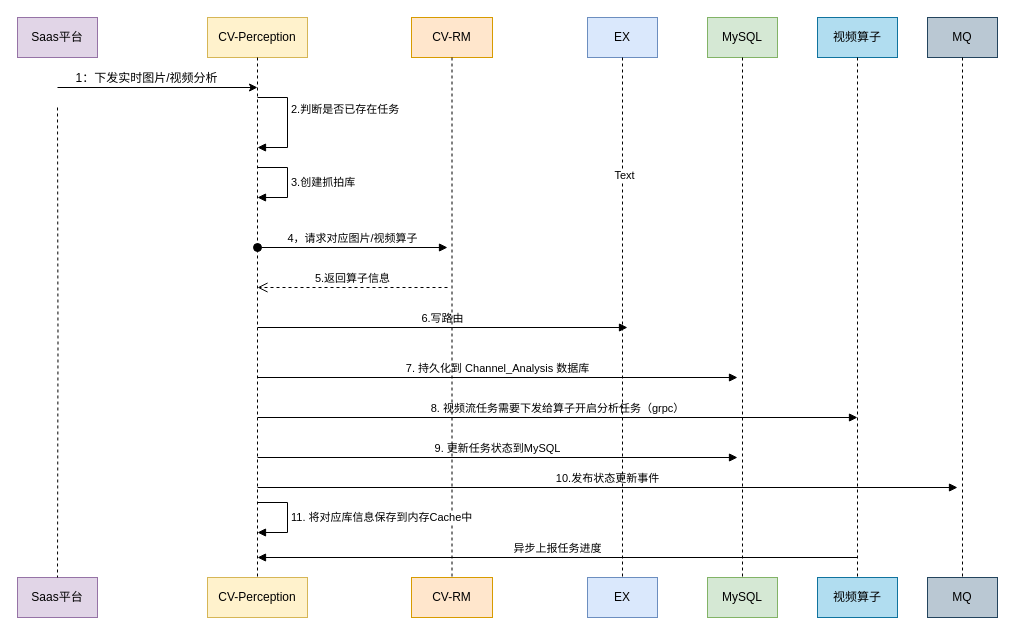
hao14293/drawio keeps this draw.io diagram as 通道分析/添加人脸分析-时序图.drawio. Above is the earlier version. Source tidied: cells renumbered, new cells numbered last; positions are measured from the earlier drawing's top-left corner, leaving out a move shared by most shapes. Both pictures are drawn from the tidied source at 100%, with x=0, y=0 at pixel (17, 17).
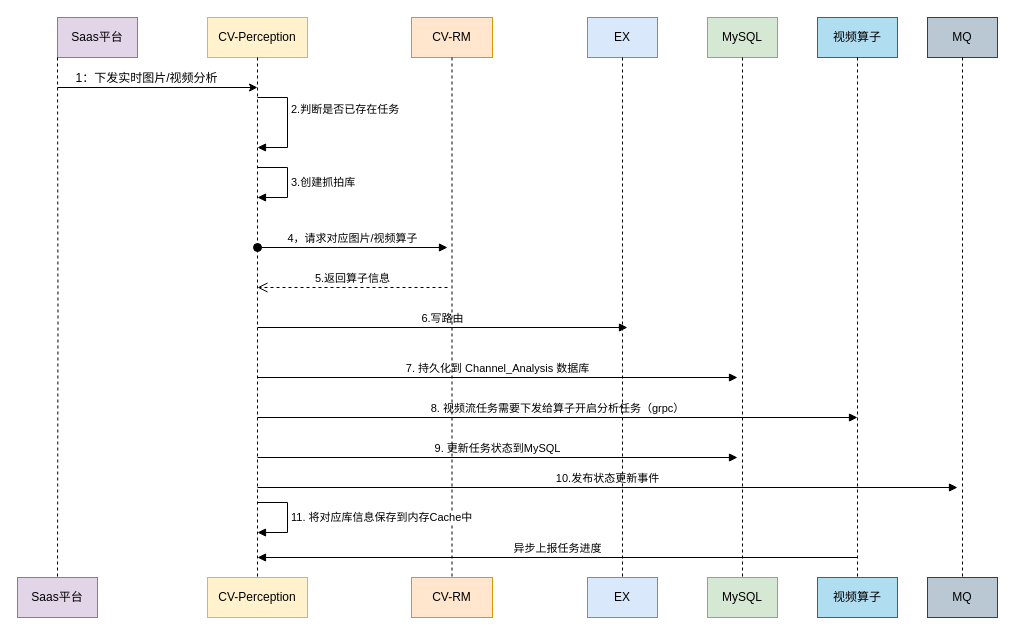
Above is the later version.

Commit message (it also covers changes not shown here):
更新添加人脸分析-时序图.drawio

Unchanged cells that the change refers to:
```xml
<mxCell id="29" value="Saas平台" style="rounded=0;whiteSpace=wrap;html=1;fillColor=#e1d5e7;strokeColor=#9673a6;" parent="1" vertex="1">
  <mxGeometry y="560" width="80" height="40" as="geometry" />
</mxCell>
<mxCell id="34" style="edgeStyle=orthogonalEdgeStyle;rounded=0;jettySize=auto;html=1;exitX=0.5;exitY=1;exitDx=0;exitDy=0;entryX=0.5;entryY=0;entryDx=0;entryDy=0;endArrow=none;endFill=0;dashed=1;" parent="1" edge="1" source="9" target="33">
  <mxGeometry relative="1" as="geometry" />
</mxCell>
```

Diff of the diagram source:
```diff
@@
     <mxCell id="2" style="group;" parent="1" vertex="1">
-      <mxGeometry width="210" height="550" as="geometry" />
+      <mxGeometry x="40" width="210" height="550" as="geometry" />
     </mxCell>
@@
     <mxCell id="4" style="endArrow=classic;html=1;rounded=0;" parent="2" edge="1">
       <mxGeometry relative="1" as="geometry">
-        <mxPoint x="40" y="70" as="sourcePoint" />
-        <mxPoint x="240" y="70" as="targetPoint" />
+        <mxPoint y="70" as="sourcePoint" />
+        <mxPoint x="200" y="70" as="targetPoint" />
       </mxGeometry>
     </mxCell>
@@
-    <mxCell id="30" style="edgeStyle=orthogonalEdgeStyle;rounded=0;jettySize=auto;html=1;exitX=0.5;exitY=1;exitDx=0;exitDy=0;entryX=0.5;entryY=0;entryDx=0;entryDy=0;endArrow=none;endFill=0;dashed=1;" parent="1" edge="1" target="29">
+    <mxCell id="30" style="edgeStyle=orthogonalEdgeStyle;rounded=0;jettySize=auto;html=1;entryX=0.5;entryY=0;entryDx=0;entryDy=0;endArrow=none;endFill=0;dashed=1;" parent="1" edge="1" target="29">
       <mxGeometry relative="1" as="geometry">
-        <mxPoint x="40" y="90" as="sourcePoint" />
+        <mxPoint x="40" y="40" as="sourcePoint" />
       </mxGeometry>
     </mxCell>
@@
-    <mxCell id="35" value="Text" style="edgeLabel;html=1;align=center;verticalAlign=middle;" parent="34" vertex="1">
-      <mxGeometry x="-0.55" y="1" relative="1" as="geometry" />
-    </mxCell>
```
